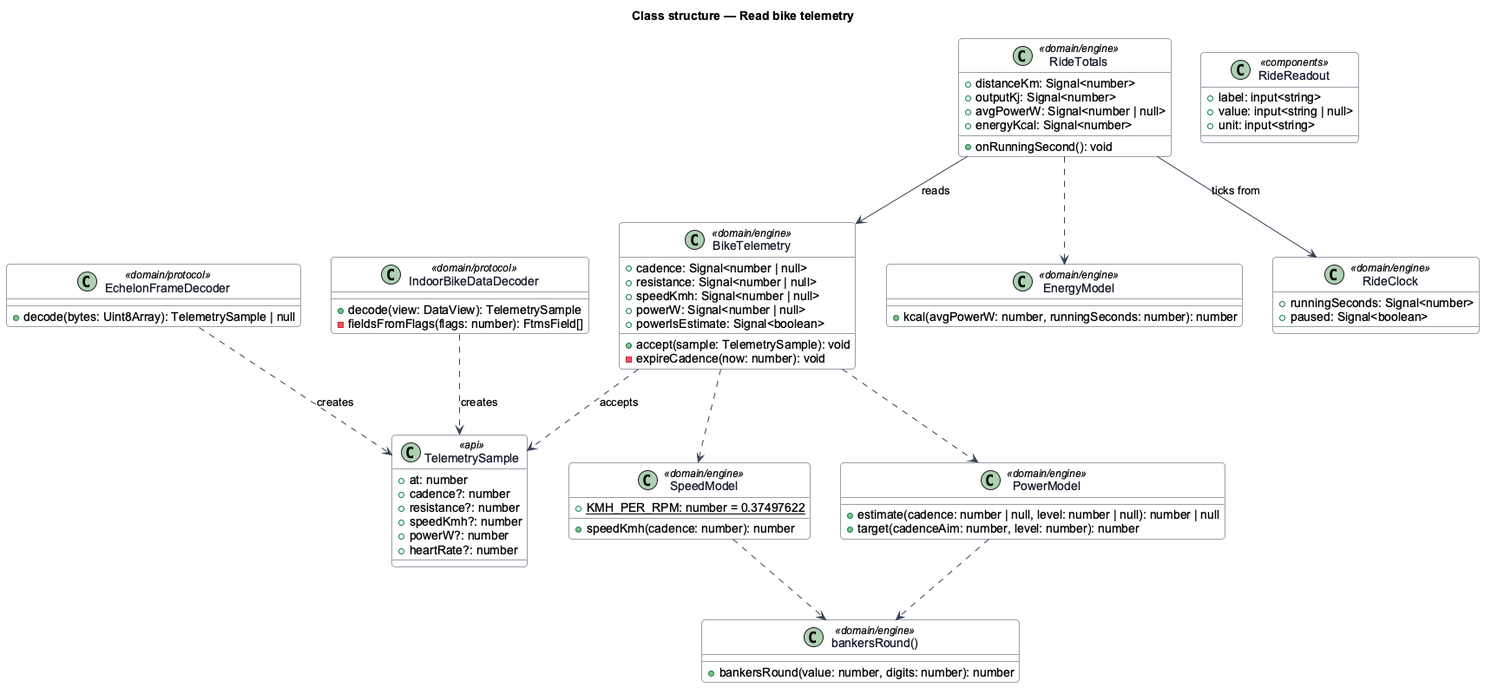
Earlier version of the PlantUML export docs/detailed-designs/bike/read-bike-telemetry/diagrams/class-structure.png (QuinntyneBrown/ride-one).
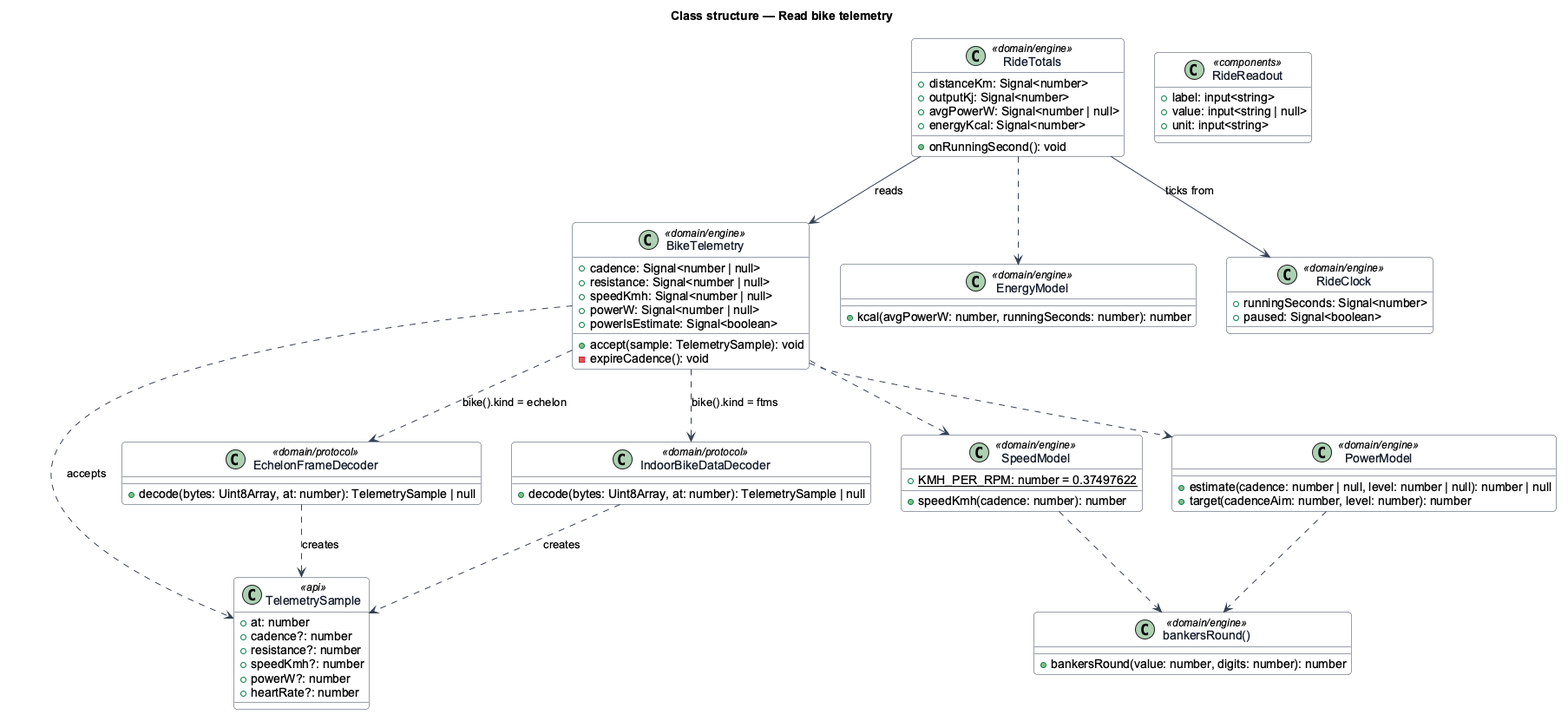
After the change.

Diff of the diagram source:
```diff
@@ -19,11 +19,10 @@
   +heartRate?: number
 }
 class EchelonFrameDecoder <<domain/protocol>> {
-  +decode(bytes: Uint8Array): TelemetrySample | null
+  +decode(bytes: Uint8Array, at: number): TelemetrySample | null
 }
 class IndoorBikeDataDecoder <<domain/protocol>> {
-  +decode(view: DataView): TelemetrySample
-  -fieldsFromFlags(flags: number): FtmsField[]
+  +decode(bytes: Uint8Array, at: number): TelemetrySample | null
 }
 class BikeTelemetry <<domain/engine>> {
   +cadence: Signal<number | null>
@@ -32,7 +31,7 @@
   +powerW: Signal<number | null>
   +powerIsEstimate: Signal<boolean>
   +accept(sample: TelemetrySample): void
-  -expireCadence(now: number): void
+  -expireCadence(): void
 }
 class SpeedModel <<domain/engine>> {
   +{static} KMH_PER_RPM: number = 0.37497622
@@ -67,6 +66,8 @@
 EchelonFrameDecoder ..> TelemetrySample : creates
 IndoorBikeDataDecoder ..> TelemetrySample : creates
 BikeTelemetry ..> TelemetrySample : accepts
+BikeTelemetry ..> EchelonFrameDecoder : bike().kind = echelon
+BikeTelemetry ..> IndoorBikeDataDecoder : bike().kind = ftms
 BikeTelemetry ..> SpeedModel
 BikeTelemetry ..> PowerModel
 SpeedModel ..> Round
```
